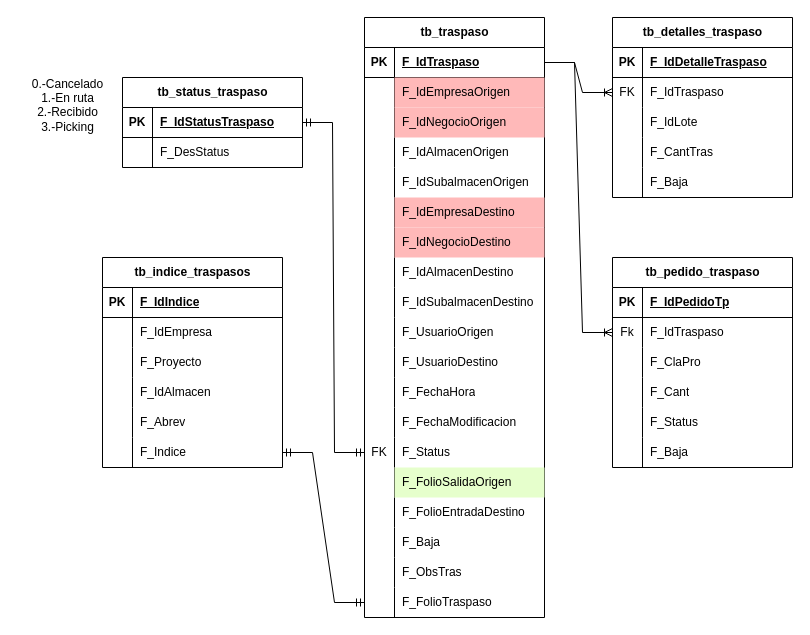
Earlier version of the draw.io diagram TablaTraspasos.drawio (ErnestoDanielTafoyaMolinaCYM/clases-cat-cym). Source tidied: cells renumbered, new cells numbered last; positions are measured from the earlier drawing's top-left corner, leaving out a move shared by most shapes. Both pictures are drawn from the tidied source at 100%, with x=0, y=0 at pixel (22, 17).
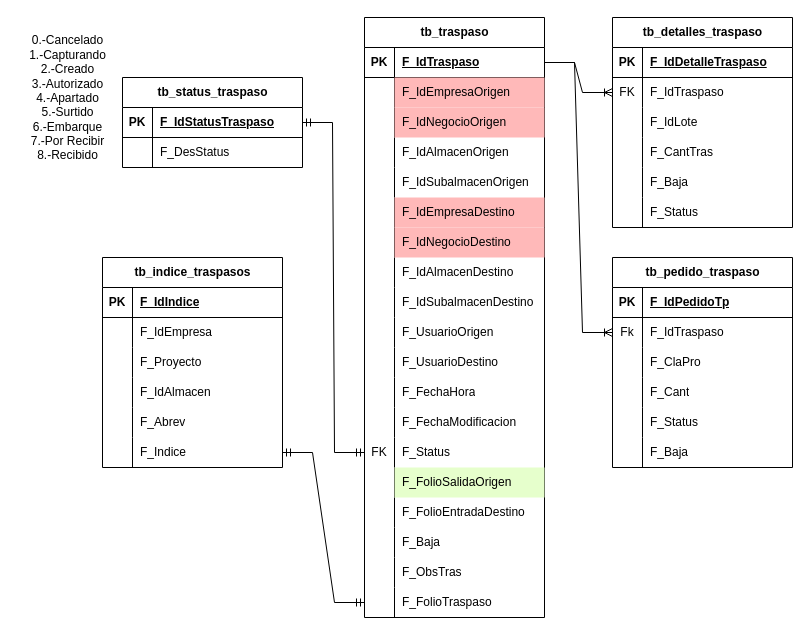
The same page after the edit.

Change to the diagram source:
```diff
@@
     <mxCell id="60" value="tb_detalles_traspaso" style="shape=table;startSize=30;childLayout=tableLayout;rowLines=0;fontStyle=1;align=center;html=1;" parent="1" vertex="1">
-      <mxGeometry x="590" width="180" height="180" as="geometry" />
+      <mxGeometry x="590" width="180" height="210" as="geometry" />
     </mxCell>
@@
+    <mxCell id="126" style="shape=tableRow;horizontal=0;startSize=0;swimlaneHead=0;swimlaneBody=0;fillColor=none;top=0;left=0;right=0;bottom=0;" parent="60" vertex="1">
+      <mxGeometry y="180" width="180" height="30" as="geometry" />
+    </mxCell>
+    <mxCell id="127" style="shape=partialRectangle;fillColor=none;top=0;left=0;bottom=0;right=0;overflow=hidden;whiteSpace=wrap;html=1;" parent="126" vertex="1">
+      <mxGeometry width="30" height="30" as="geometry" />
+    </mxCell>
+    <mxCell id="128" value="F_Status" style="shape=partialRectangle;fillColor=none;top=0;left=0;bottom=0;right=0;align=left;spacingLeft=6;overflow=hidden;whiteSpace=wrap;html=1;" parent="126" vertex="1">
+      <mxGeometry x="30" width="150" height="30" as="geometry" />
+    </mxCell>
@@
-    <mxCell id="85" value="0.-Cancelado&lt;div&gt;1.-En ruta&lt;/div&gt;&lt;div&gt;2.-Recibido&lt;/div&gt;&lt;div&gt;3.-Picking&lt;/div&gt;&lt;div&gt;&lt;br&gt;&lt;/div&gt;" style="text;html=1;align=center;verticalAlign=middle;strokeColor=none;fillColor=none;" parent="1" vertex="1">
-      <mxGeometry y="50" width="90" height="90" as="geometry" />
+    <mxCell id="85" value="0.-Cancelado&lt;div&gt;1.-Capturando&lt;/div&gt;&lt;div&gt;2.-Creado&lt;/div&gt;&lt;div&gt;3.-Autorizado&lt;/div&gt;&lt;div&gt;4.-Apartado&lt;/div&gt;&lt;div&gt;5.-Surtido&lt;/div&gt;&lt;div&gt;6.-Embarque&lt;/div&gt;&lt;div&gt;7.-Por Recibir&lt;/div&gt;&lt;div&gt;8.-Recibido&lt;/div&gt;&lt;div&gt;&lt;br&gt;&lt;/div&gt;&lt;div&gt;&lt;br&gt;&lt;/div&gt;" style="text;html=1;align=center;verticalAlign=middle;strokeColor=none;fillColor=none;" parent="1" vertex="1">
+      <mxGeometry x="-5" y="10" width="100" height="170" as="geometry" />
     </mxCell>
```
